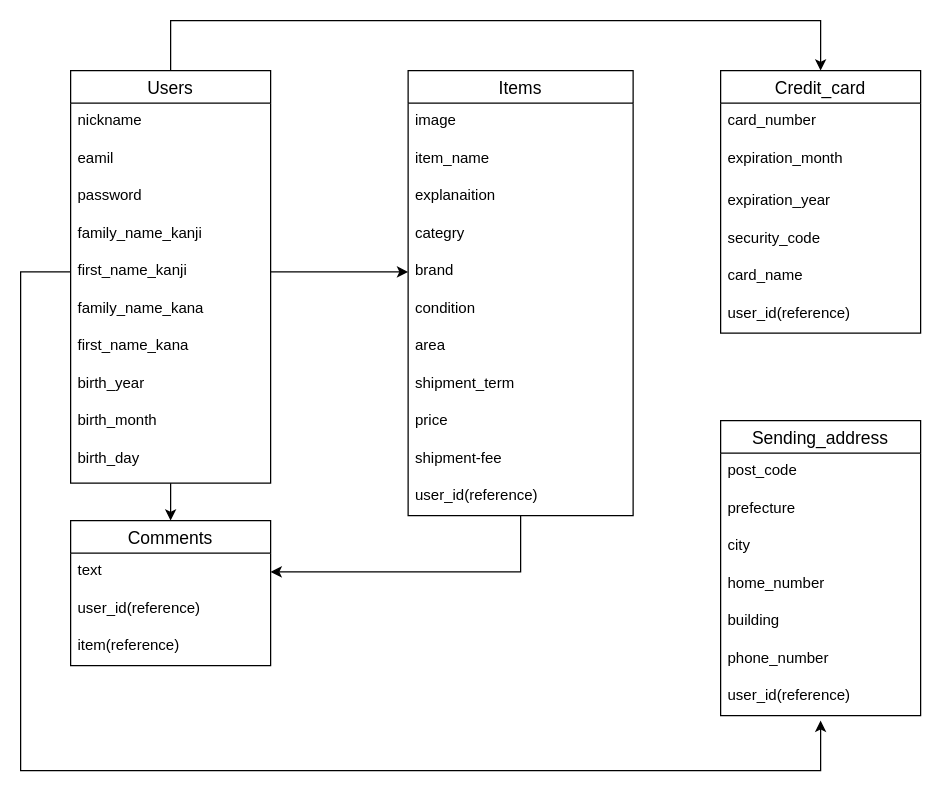
Before: drawing.dio in tomoheko/furima-30496, a draw.io diagram. Source tidied: cells renumbered, new cells numbered last; positions are measured from the earlier drawing's top-left corner, leaving out a move shared by most shapes. Both pictures are drawn from the tidied source at 125%, with x=0, y=0 at pixel (20, 20).
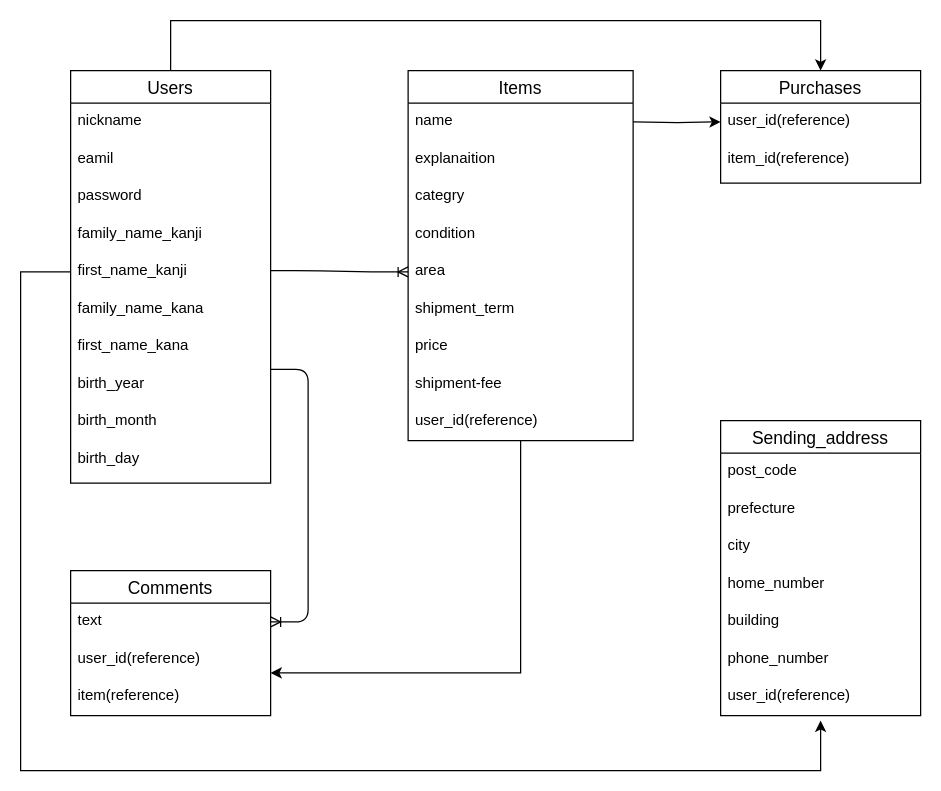
The same page after the edit.

Commit message (it also covers changes not shown here):
データ型などの修正とpurchasesテーブル作成

The change refers to these unchanged cells:
```xml
<mxCell id="4" value="Users" style="swimlane;fontStyle=0;horizontal=1;startSize=26;align=center;fontSize=14;" parent="1" vertex="1">
  <mxGeometry x="40" y="40" width="160" height="330" as="geometry" />
</mxCell>
<mxCell id="9" value="first_name_kanji" style="text;strokeColor=none;fillColor=none;spacingLeft=4;spacingRight=4;overflow=hidden;points=[[0,0.5],[1,0.5]];portConstraint=eastwest;fontSize=12;" parent="4" vertex="1">
  <mxGeometry y="146" width="160" height="30" as="geometry" />
</mxCell>
```

Diff of the diagram source:
```diff
@@
-    <mxCell id="2" style="edgeStyle=orthogonalEdgeStyle;rounded=0;jettySize=auto;html=1;entryX=0.5;entryY=0;entryDx=0;entryDy=0;" parent="1" edge="1" source="4" target="28">
-      <mxGeometry relative="1" as="geometry" />
-    </mxCell>
@@
-    <mxCell id="15" style="edgeStyle=orthogonalEdgeStyle;rounded=0;jettySize=auto;html=1;entryX=1;entryY=0.5;entryDx=0;entryDy=0;" parent="1" edge="1" source="16" target="29">
-      <mxGeometry relative="1" as="geometry" />
-    </mxCell>
+    <mxCell id="49" style="edgeStyle=orthogonalEdgeStyle;rounded=0;jettySize=auto;html=1;entryX=1;entryY=0.86;entryDx=0;entryDy=0;entryPerimeter=0;" parent="1" edge="1" source="16" target="30">
+      <mxGeometry relative="1" as="geometry" />
+    </mxCell>
     <mxCell id="16" value="Items" style="swimlane;fontStyle=0;horizontal=1;startSize=26;align=center;fontSize=14;" parent="1" vertex="1">
-      <mxGeometry x="310" y="40" width="180" height="356" as="geometry" />
+      <mxGeometry x="310" y="40" width="180" height="296" as="geometry" />
     </mxCell>
-    <mxCell id="17" value="image" style="text;strokeColor=none;fillColor=none;spacingLeft=4;spacingRight=4;overflow=hidden;fontSize=12;" parent="16" vertex="1">
-      <mxGeometry y="26" width="180" height="30" as="geometry" />
-    </mxCell>
-    <mxCell id="18" value="item_name" style="text;strokeColor=none;fillColor=none;spacingLeft=4;spacingRight=4;overflow=hidden;fontSize=12;" parent="16" vertex="1">
-      <mxGeometry y="56" width="180" height="30" as="geometry" />
+    <mxCell id="18" value="name" style="text;strokeColor=none;fillColor=none;spacingLeft=4;spacingRight=4;overflow=hidden;fontSize=12;" parent="16" vertex="1">
+      <mxGeometry y="26" width="180" height="30" as="geometry" />
     </mxCell>
     <mxCell id="19" value="explanaition" style="text;strokeColor=none;fillColor=none;spacingLeft=4;spacingRight=4;overflow=hidden;fontSize=12;" parent="16" vertex="1">
-      <mxGeometry y="86" width="180" height="30" as="geometry" />
+      <mxGeometry y="56" width="180" height="30" as="geometry" />
     </mxCell>
     <mxCell id="20" value="categry" style="text;strokeColor=none;fillColor=none;spacingLeft=4;spacingRight=4;overflow=hidden;fontSize=12;" parent="16" vertex="1">
-      <mxGeometry y="116" width="180" height="30" as="geometry" />
+      <mxGeometry y="86" width="180" height="30" as="geometry" />
     </mxCell>
-    <mxCell id="21" value="brand" style="text;strokeColor=none;fillColor=none;spacingLeft=4;spacingRight=4;overflow=hidden;points=[[0,0.5],[1,0.5]];portConstraint=eastwest;fontSize=12;" parent="16" vertex="1">
-      <mxGeometry y="146" width="180" height="30" as="geometry" />
-    </mxCell>
     <mxCell id="22" value="condition" style="text;strokeColor=none;fillColor=none;spacingLeft=4;spacingRight=4;overflow=hidden;fontSize=12;" parent="16" vertex="1">
-      <mxGeometry y="176" width="180" height="30" as="geometry" />
+      <mxGeometry y="116" width="180" height="30" as="geometry" />
     </mxCell>
     <mxCell id="23" value="area" style="text;strokeColor=none;fillColor=none;spacingLeft=4;spacingRight=4;overflow=hidden;points=[[0,0.5],[1,0.5]];portConstraint=eastwest;fontSize=12;" parent="16" vertex="1">
-      <mxGeometry y="206" width="180" height="30" as="geometry" />
+      <mxGeometry y="146" width="180" height="30" as="geometry" />
     </mxCell>
     <mxCell id="24" value="shipment_term" style="text;strokeColor=none;fillColor=none;spacingLeft=4;spacingRight=4;overflow=hidden;fontSize=12;" parent="16" vertex="1">
-      <mxGeometry y="236" width="180" height="30" as="geometry" />
+      <mxGeometry y="176" width="180" height="30" as="geometry" />
     </mxCell>
     <mxCell id="25" value="price" style="text;strokeColor=none;fillColor=none;spacingLeft=4;spacingRight=4;overflow=hidden;fontSize=12;" parent="16" vertex="1">
-      <mxGeometry y="266" width="180" height="30" as="geometry" />
+      <mxGeometry y="206" width="180" height="30" as="geometry" />
     </mxCell>
     <mxCell id="26" value="shipment-fee" style="text;strokeColor=none;fillColor=none;spacingLeft=4;spacingRight=4;overflow=hidden;fontSize=12;" parent="16" vertex="1">
-      <mxGeometry y="296" width="180" height="30" as="geometry" />
+      <mxGeometry y="236" width="180" height="30" as="geometry" />
     </mxCell>
     <mxCell id="27" value="user_id(reference)" style="text;strokeColor=none;fillColor=none;spacingLeft=4;spacingRight=4;overflow=hidden;fontSize=12;" parent="16" vertex="1">
-      <mxGeometry y="326" width="180" height="30" as="geometry" />
+      <mxGeometry y="266" width="180" height="30" as="geometry" />
     </mxCell>
-    <mxCell id="28" value="Comments" style="swimlane;fontStyle=0;horizontal=1;startSize=26;align=center;fontSize=14;" parent="1" vertex="1">
-      <mxGeometry x="40" y="400" width="160" height="116" as="geometry" />
-    </mxCell>
-    <mxCell id="29" value="text" style="text;strokeColor=none;fillColor=none;spacingLeft=4;spacingRight=4;overflow=hidden;points=[[0,0.5],[1,0.5]];portConstraint=eastwest;fontSize=12;" parent="28" vertex="1">
-      <mxGeometry y="26" width="160" height="30" as="geometry" />
-    </mxCell>
-    <mxCell id="30" value="user_id(reference)" style="text;strokeColor=none;fillColor=none;spacingLeft=4;spacingRight=4;overflow=hidden;points=[[0,0.5],[1,0.5]];portConstraint=eastwest;fontSize=12;" parent="28" vertex="1">
-      <mxGeometry y="56" width="160" height="30" as="geometry" />
-    </mxCell>
-    <mxCell id="31" value="item(reference)" style="text;strokeColor=none;fillColor=none;spacingLeft=4;spacingRight=4;overflow=hidden;fontSize=12;" parent="28" vertex="1">
-      <mxGeometry y="86" width="160" height="30" as="geometry" />
-    </mxCell>
-    <mxCell id="32" style="edgeStyle=orthogonalEdgeStyle;rounded=0;jettySize=auto;html=1;exitX=1;exitY=0.5;exitDx=0;exitDy=0;entryX=0;entryY=0.5;entryDx=0;entryDy=0;" parent="1" edge="1" source="9" target="21">
-      <mxGeometry relative="1" as="geometry" />
-    </mxCell>
-    <mxCell id="33" value="Credit_card" style="swimlane;fontStyle=0;horizontal=1;startSize=26;align=center;fontSize=14;" parent="1" vertex="1">
-      <mxGeometry x="560" y="40" width="160" height="210" as="geometry" />
+    <mxCell id="33" value="Purchases" style="swimlane;fontStyle=0;horizontal=1;startSize=26;align=center;fontSize=14;" parent="1" vertex="1">
+      <mxGeometry x="560" y="40" width="160" height="90" as="geometry" />
     </mxCell>
-    <mxCell id="34" value="card_number" style="text;strokeColor=none;fillColor=none;spacingLeft=4;spacingRight=4;overflow=hidden;points=[[0,0.5],[1,0.5]];portConstraint=eastwest;fontSize=12;" parent="33" vertex="1">
+    <mxCell id="34" value="user_id(reference)" style="text;strokeColor=none;fillColor=none;spacingLeft=4;spacingRight=4;overflow=hidden;points=[[0,0.5],[1,0.5]];portConstraint=eastwest;fontSize=12;" parent="33" vertex="1">
       <mxGeometry y="26" width="160" height="30" as="geometry" />
     </mxCell>
-    <mxCell id="35" value="expiration_month" style="text;strokeColor=none;fillColor=none;spacingLeft=4;spacingRight=4;overflow=hidden;fontSize=12;" parent="33" vertex="1">
+    <mxCell id="35" value="item_id(reference)" style="text;strokeColor=none;fillColor=none;spacingLeft=4;spacingRight=4;overflow=hidden;fontSize=12;" parent="33" vertex="1">
       <mxGeometry y="56" width="160" height="34" as="geometry" />
     </mxCell>
-    <mxCell id="36" value="expiration_year" style="text;strokeColor=none;fillColor=none;spacingLeft=4;spacingRight=4;overflow=hidden;fontSize=12;" parent="33" vertex="1">
-      <mxGeometry y="90" width="160" height="30" as="geometry" />
-    </mxCell>
-    <mxCell id="37" value="security_code" style="text;strokeColor=none;fillColor=none;spacingLeft=4;spacingRight=4;overflow=hidden;fontSize=12;" parent="33" vertex="1">
-      <mxGeometry y="120" width="160" height="30" as="geometry" />
-    </mxCell>
-    <mxCell id="38" value="card_name" style="text;strokeColor=none;fillColor=none;spacingLeft=4;spacingRight=4;overflow=hidden;fontSize=12;" parent="33" vertex="1">
-      <mxGeometry y="150" width="160" height="30" as="geometry" />
-    </mxCell>
-    <mxCell id="39" value="user_id(reference)" style="text;strokeColor=none;fillColor=none;spacingLeft=4;spacingRight=4;overflow=hidden;fontSize=12;" parent="33" vertex="1">
-      <mxGeometry y="180" width="160" height="30" as="geometry" />
-    </mxCell>
@@
+    <mxCell id="50" style="edgeStyle=orthogonalEdgeStyle;rounded=0;jettySize=auto;html=1;entryX=0;entryY=0.5;entryDx=0;entryDy=0;" parent="1" edge="1" target="34">
+      <mxGeometry relative="1" as="geometry">
+        <mxPoint x="490" y="81" as="sourcePoint" />
+      </mxGeometry>
+    </mxCell>
+    <mxCell id="28" value="Comments" style="swimlane;fontStyle=0;horizontal=1;startSize=26;align=center;fontSize=14;" parent="1" vertex="1">
+      <mxGeometry x="40" y="440" width="160" height="116" as="geometry" />
+    </mxCell>
+    <mxCell id="29" value="text" style="text;strokeColor=none;fillColor=none;spacingLeft=4;spacingRight=4;overflow=hidden;points=[[0,0.5],[1,0.5]];portConstraint=eastwest;fontSize=12;" parent="28" vertex="1">
+      <mxGeometry y="26" width="160" height="30" as="geometry" />
+    </mxCell>
+    <mxCell id="30" value="user_id(reference)" style="text;strokeColor=none;fillColor=none;spacingLeft=4;spacingRight=4;overflow=hidden;points=[[0,0.5],[1,0.5]];portConstraint=eastwest;fontSize=12;" parent="28" vertex="1">
+      <mxGeometry y="56" width="160" height="30" as="geometry" />
+    </mxCell>
+    <mxCell id="31" value="item(reference)" style="text;strokeColor=none;fillColor=none;spacingLeft=4;spacingRight=4;overflow=hidden;fontSize=12;" parent="28" vertex="1">
+      <mxGeometry y="86" width="160" height="30" as="geometry" />
+    </mxCell>
+    <mxCell id="51" style="edgeStyle=entityRelationEdgeStyle;fontSize=12;html=1;endArrow=ERoneToMany;entryX=0;entryY=0.5;entryDx=0;entryDy=0;" parent="1" edge="1" target="23">
+      <mxGeometry relative="1" as="geometry">
+        <mxPoint x="200" y="200" as="sourcePoint" />
+      </mxGeometry>
+    </mxCell>
+    <mxCell id="52" style="edgeStyle=entityRelationEdgeStyle;fontSize=12;html=1;endArrow=ERoneToMany;" parent="1" edge="1" target="29">
+      <mxGeometry relative="1" as="geometry">
+        <mxPoint x="200" y="279" as="sourcePoint" />
+      </mxGeometry>
+    </mxCell>
```
